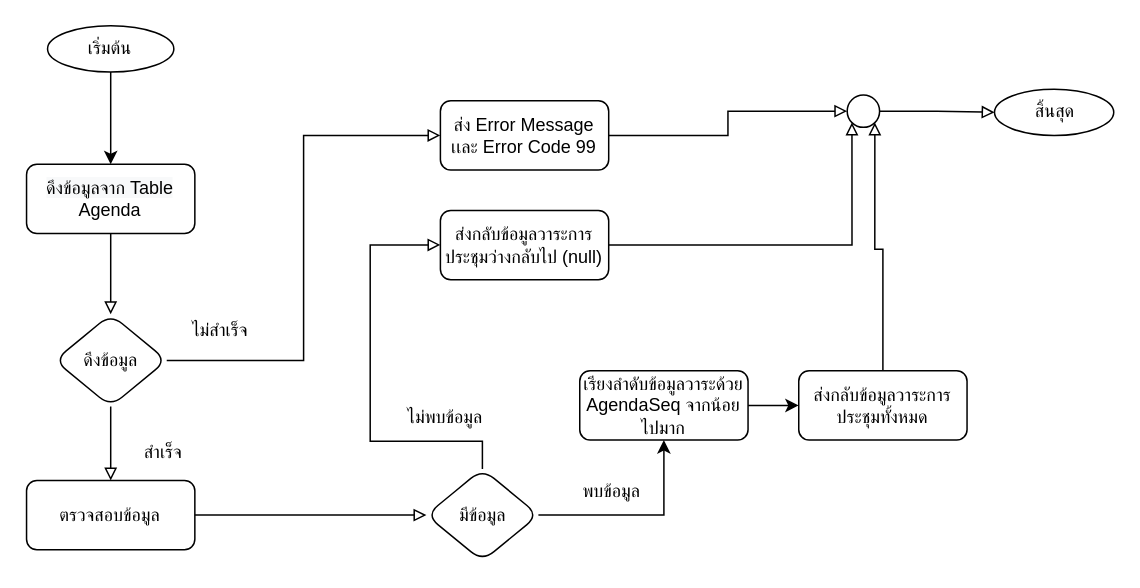
The draw.io diagram GetAgendaList.drawio in charifrodmanee/charifrodmanee, before the edit. Source tidied: cells renumbered, new cells numbered last; positions are measured from the earlier drawing's top-left corner, leaving out a move shared by most shapes. Both pictures are drawn from the tidied source at 150%, with x=0, y=0 at pixel (26, 26).
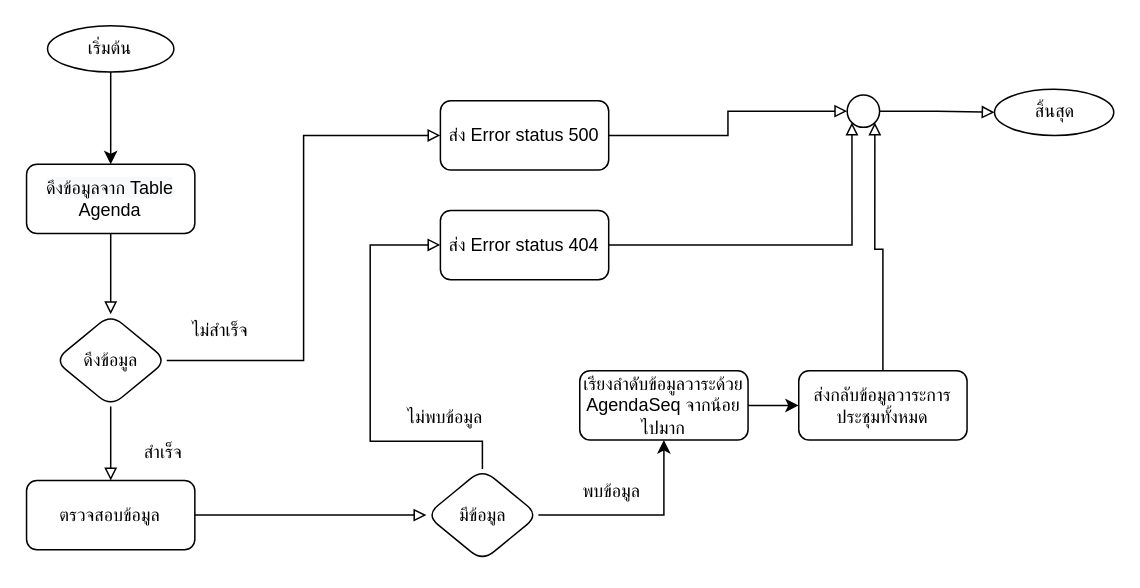
After the change.

Change to the diagram source:
```diff
@@
-    <mxCell id="6" value="ส่ง Error Message เเละ Error Code 99" style="whiteSpace=wrap;html=1;rounded=1;" parent="1" vertex="1">
+    <mxCell id="6" value="ส่ง Error status 500" style="whiteSpace=wrap;html=1;rounded=1;" parent="1" vertex="1">
       <mxGeometry x="276.1" y="49.7" width="112.2" height="46.2" as="geometry" />
     </mxCell>
@@
-    <mxCell id="17" value="ส่งกลับข้อมูลวาระการประชุมว่างกลับไป (null)" style="whiteSpace=wrap;html=1;rounded=1;" parent="1" vertex="1">
+    <mxCell id="17" value="ส่ง Error status 404" style="whiteSpace=wrap;html=1;rounded=1;" parent="1" vertex="1">
       <mxGeometry x="276.1" y="122.8" width="112.2" height="46.2" as="geometry" />
     </mxCell>
```
